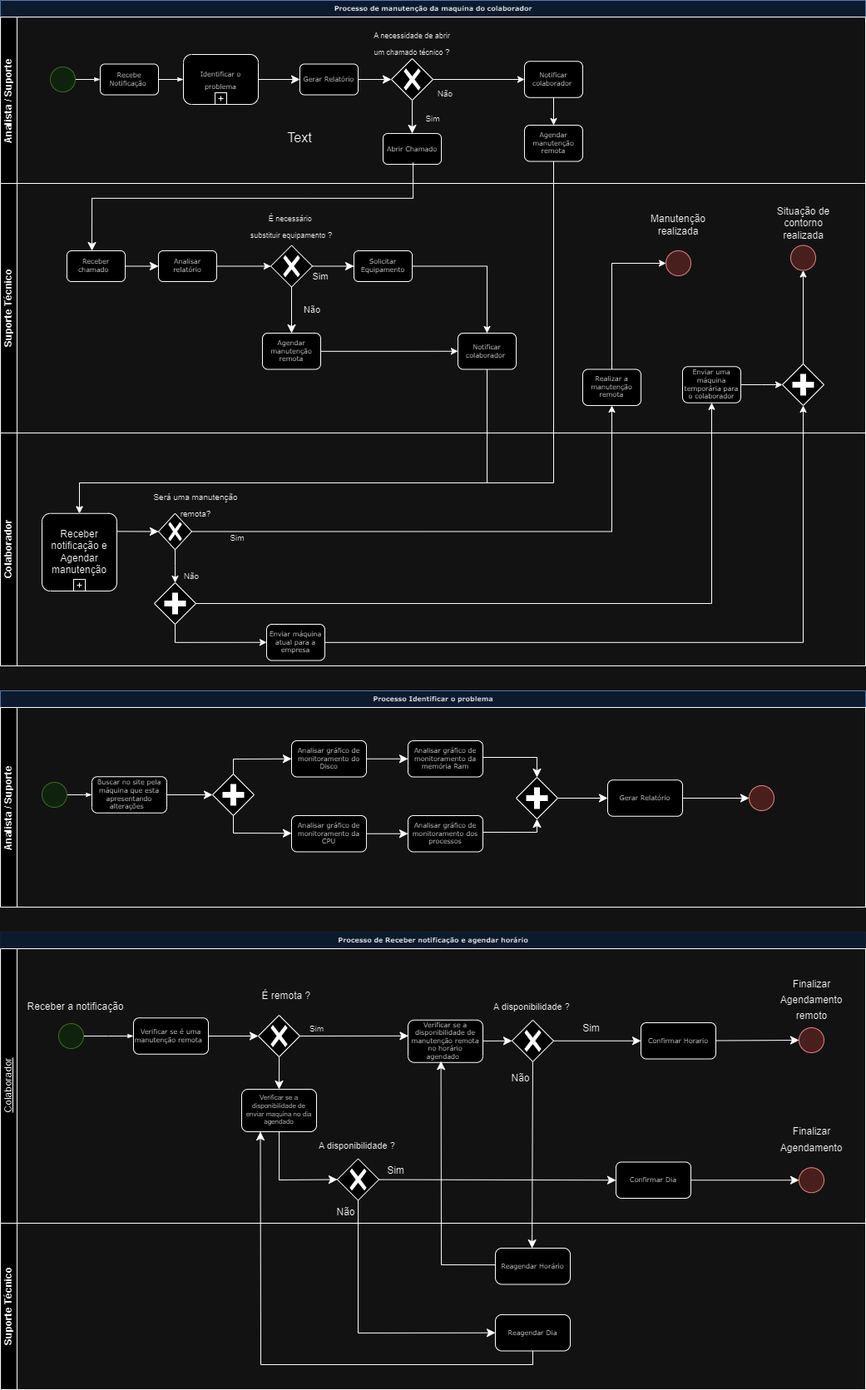
The draw.io diagram Diagramas/BPMN/BPMN-noctoramento.drawio.png in Noctoramento/Documentacao, before a commit. Source tidied: cells renumbered, new cells last; positions are measured from the earlier drawing's top-left corner, leaving out a move shared by most shapes.
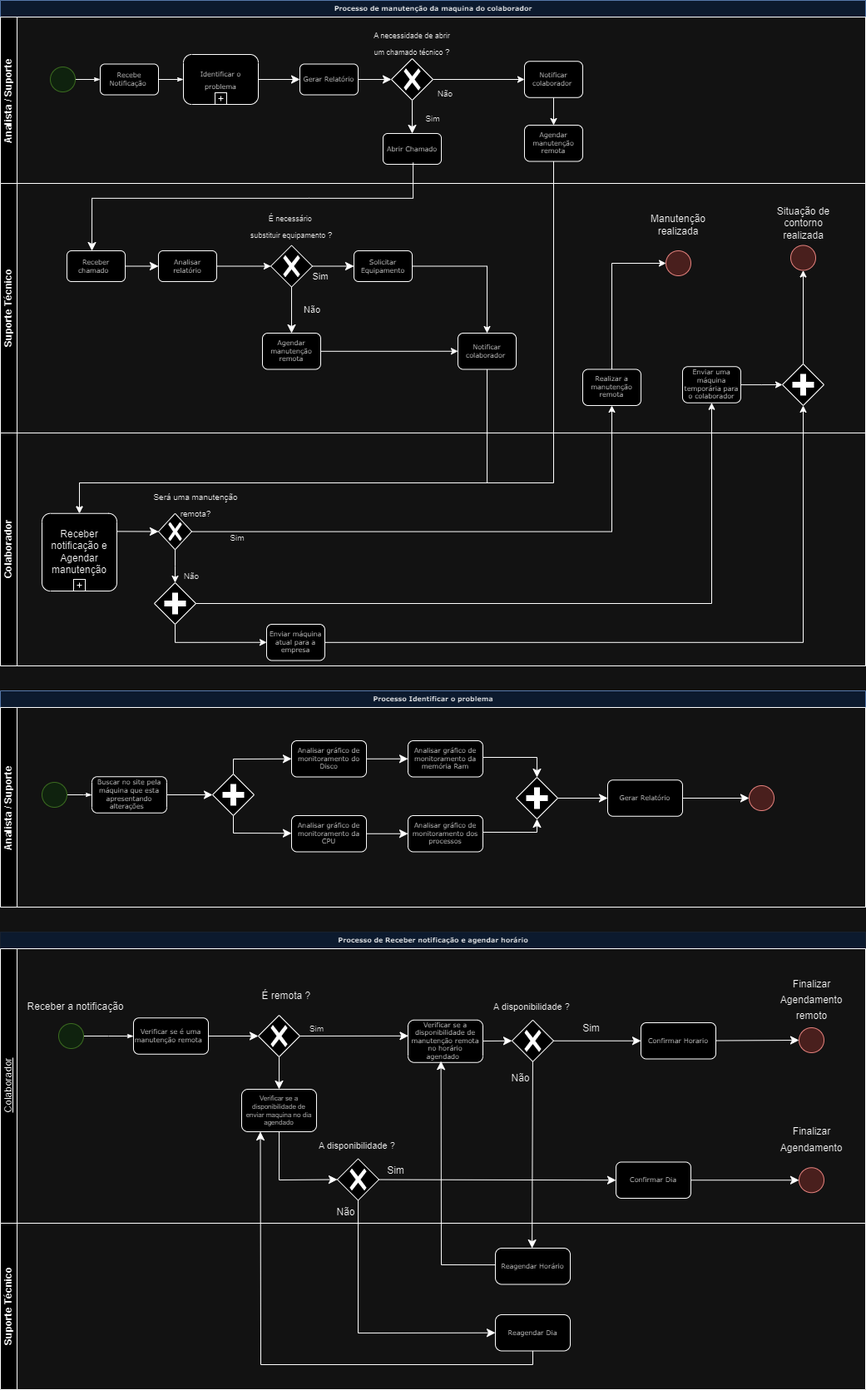
After the commit.

Commit message:
Atualizando BPMN

The edit, as a diff of the source:
```diff
@@ -448,8 +448,5 @@
         </Array>
       </mxGeometry>
     </mxCell>
-    <mxCell id="129" value="Text" style="text;strokeColor=none;fillColor=none;html=1;align=center;verticalAlign=middle;whiteSpace=wrap;rounded=0;fontSize=16;" parent="1" vertex="1">
-      <mxGeometry x="330" y="150" width="60" height="30" as="geometry" />
-    </mxCell>
   </root>
 </mxGraphModel>
```
